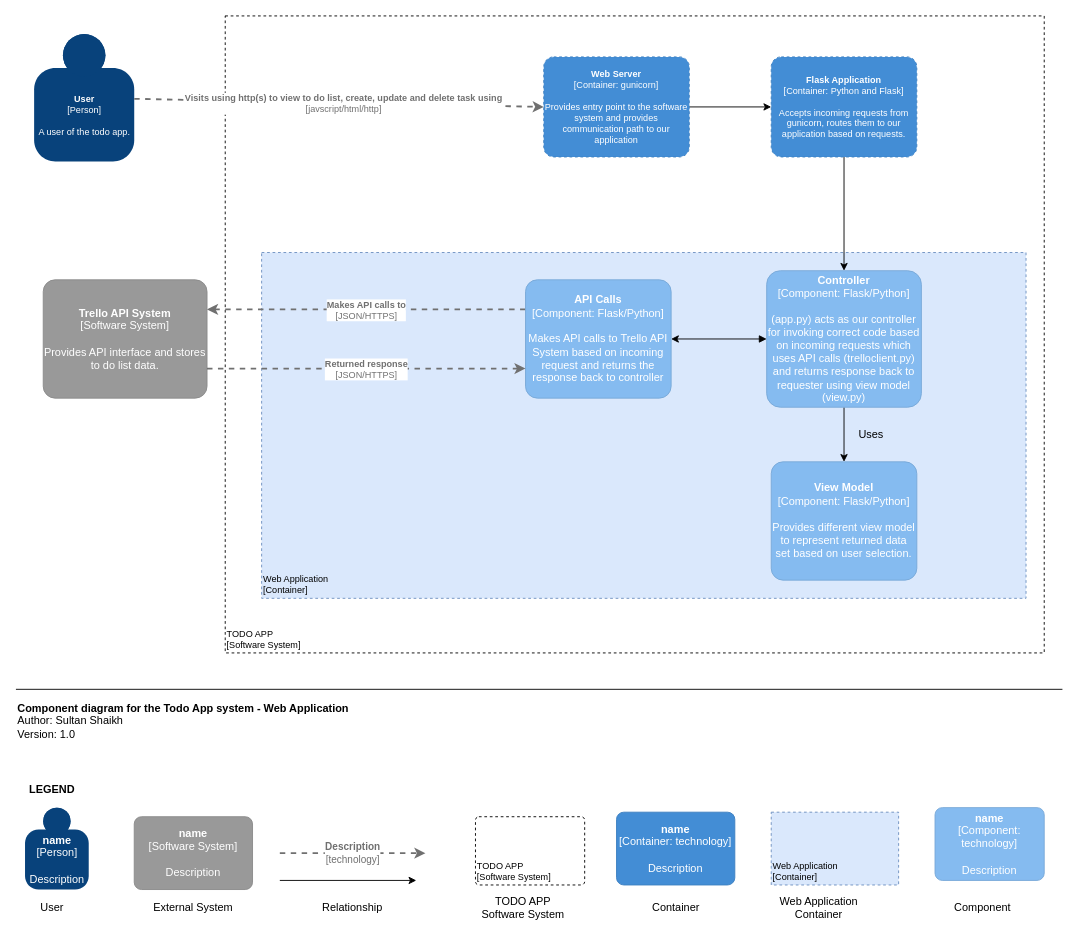
The draw.io diagram page "Level 3" (3 of 3) of documentation/TODO App C4 Diagrams.drawio in sultanshaikh-devops/DevOps-Course-Starter, before the edit. Source tidied: cells renumbered, new cells numbered last; positions are measured from the earlier drawing's top-left corner, leaving out a move shared by most shapes. Both pictures are drawn from the tidied source at 91%, with x=0, y=0 at pixel (15, 15).
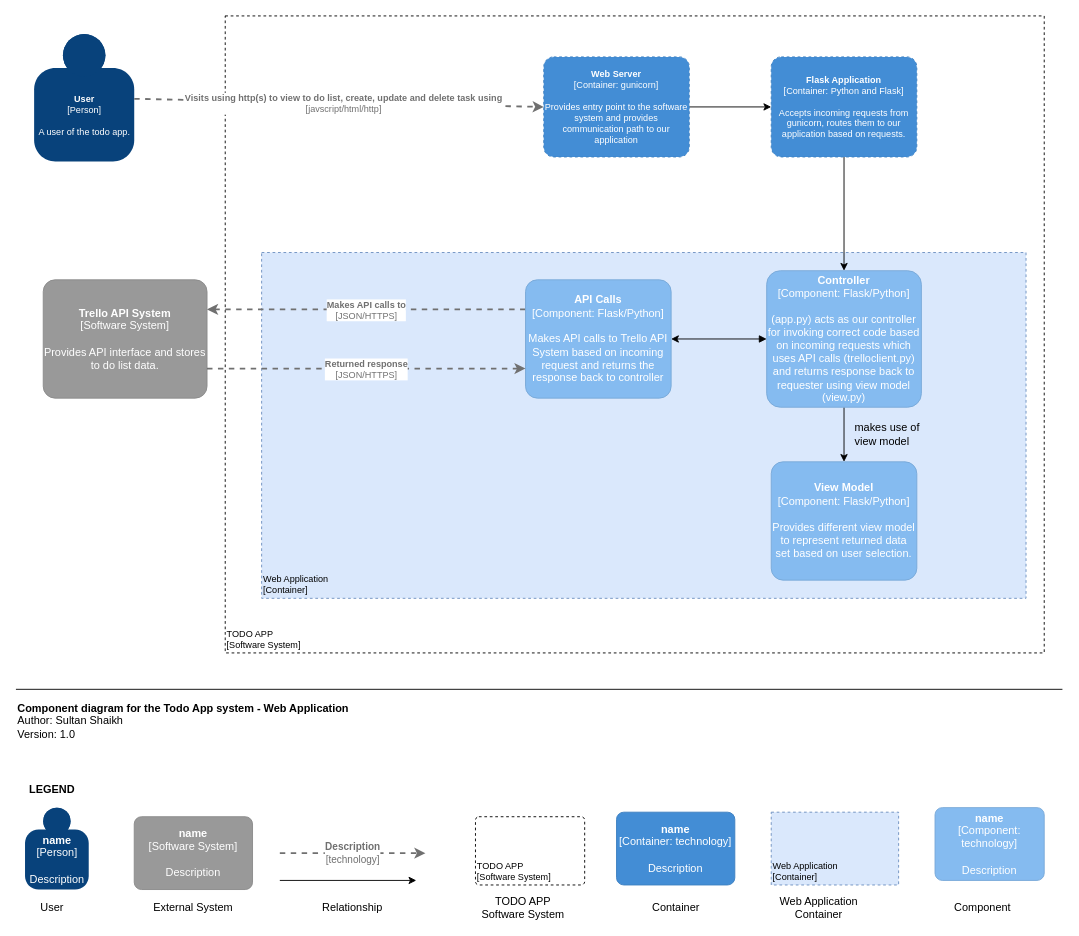
After the change.

Change to the diagram source:
```diff
@@
-    <mxCell id="19" value="Uses" style="text;html=1;strokeColor=none;fillColor=none;align=center;verticalAlign=middle;whiteSpace=wrap;rounded=0;" parent="1" vertex="1">
-      <mxGeometry x="920" y="450" width="40" height="20" as="geometry" />
+    <mxCell id="19" value="makes use of view model" style="text;html=1;strokeColor=none;fillColor=none;align=left;verticalAlign=middle;whiteSpace=wrap;rounded=0;" parent="1" vertex="1">
+      <mxGeometry x="920" y="450" width="90" height="20" as="geometry" />
     </mxCell>
```
